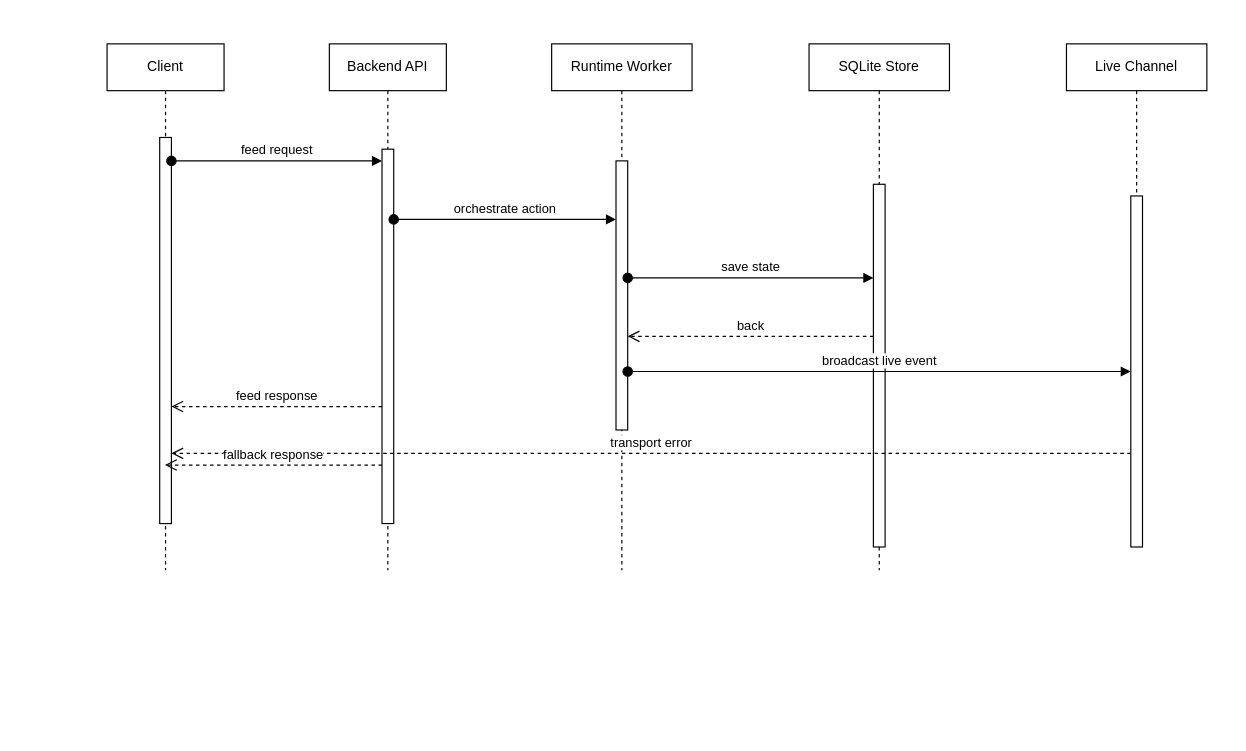
Salmen-BA21/Queue-Wait-Time-Estimation keeps this draw.io diagram as report-latex/figures/drawio/chapter4_sequence.drawio. Above is the earlier version. Source tidied: cells renumbered, new cells numbered last; positions are measured from the earlier drawing's top-left corner, leaving out a move shared by most shapes. Both pictures are drawn from the tidied source at 117%, with x=0, y=0 at pixel (106, 43).
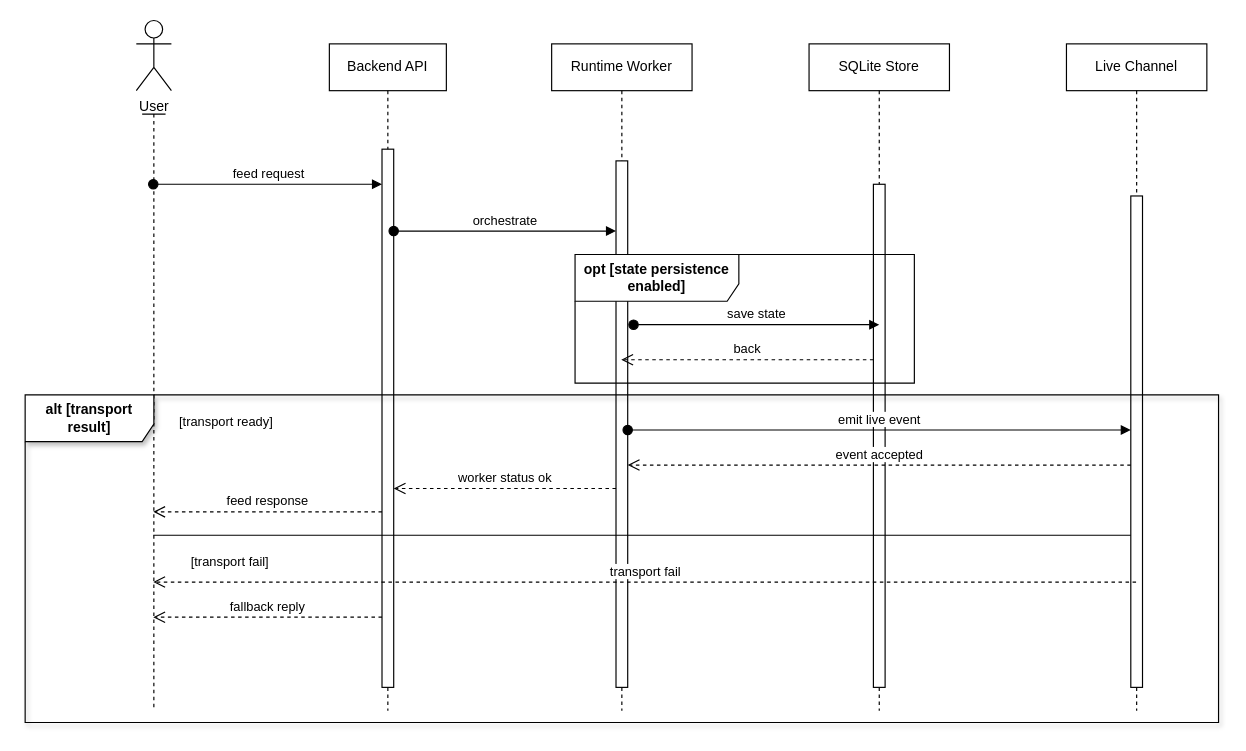
The same diagram, later.

Diff of the diagram source:
```diff
@@
-    <mxCell id="2" value="Client" style="shape=umlLifeline;perimeter=lifelinePerimeter;whiteSpace=wrap;html=1;outlineConnect=0;portConstraint=eastwest;newEdgeStyle={&quot;edgeStyle&quot;:&quot;elbowEdgeStyle&quot;,&quot;elbow&quot;:&quot;vertical&quot;,&quot;curved&quot;:0,&quot;rounded&quot;:0};" parent="1" vertex="1">
-      <mxGeometry width="100" height="450" as="geometry" />
-    </mxCell>
-    <mxCell id="3" style="html=1;points=[];perimeter=orthogonalPerimeter;outlineConnect=0;targetShapes=umlLifeline;portConstraint=eastwest;newEdgeStyle={&quot;edgeStyle&quot;:&quot;elbowEdgeStyle&quot;,&quot;elbow&quot;:&quot;vertical&quot;,&quot;curved&quot;:0,&quot;rounded&quot;:0};" parent="2" vertex="1">
-      <mxGeometry x="45" y="80" width="10" height="330" as="geometry" />
-    </mxCell>
     <mxCell id="4" value="Backend API" style="shape=umlLifeline;perimeter=lifelinePerimeter;whiteSpace=wrap;html=1;newEdgeStyle={&quot;edgeStyle&quot;:&quot;elbowEdgeStyle&quot;,&quot;elbow&quot;:&quot;vertical&quot;,&quot;curved&quot;:0,&quot;rounded&quot;:0};" parent="1" vertex="1">
-      <mxGeometry x="190" width="100" height="450" as="geometry" />
+      <mxGeometry x="190" width="100" height="570" as="geometry" />
     </mxCell>
     <mxCell id="5" style="html=1;points=[];perimeter=orthogonalPerimeter;outlineConnect=0;targetShapes=umlLifeline;portConstraint=eastwest;newEdgeStyle={&quot;edgeStyle&quot;:&quot;elbowEdgeStyle&quot;,&quot;elbow&quot;:&quot;vertical&quot;,&quot;curved&quot;:0,&quot;rounded&quot;:0};" parent="4" vertex="1">
-      <mxGeometry x="45" y="90" width="10" height="320" as="geometry" />
+      <mxGeometry x="45" y="90" width="10" height="460" as="geometry" />
     </mxCell>
     <mxCell id="6" value="Runtime Worker" style="shape=umlLifeline;perimeter=lifelinePerimeter;whiteSpace=wrap;html=1;outlineConnect=0;portConstraint=eastwest;newEdgeStyle={&quot;edgeStyle&quot;:&quot;elbowEdgeStyle&quot;,&quot;elbow&quot;:&quot;vertical&quot;,&quot;curved&quot;:0,&quot;rounded&quot;:0};" parent="1" vertex="1">
-      <mxGeometry x="380" width="120" height="450" as="geometry" />
+      <mxGeometry x="380" width="120" height="570" as="geometry" />
     </mxCell>
     <mxCell id="7" style="html=1;points=[];perimeter=orthogonalPerimeter;outlineConnect=0;targetShapes=umlLifeline;portConstraint=eastwest;newEdgeStyle={&quot;edgeStyle&quot;:&quot;elbowEdgeStyle&quot;,&quot;elbow&quot;:&quot;vertical&quot;,&quot;curved&quot;:0,&quot;rounded&quot;:0};" parent="6" vertex="1">
-      <mxGeometry x="55" y="100" width="10" height="230" as="geometry" />
+      <mxGeometry x="55" y="100" width="10" height="450" as="geometry" />
     </mxCell>
     <mxCell id="8" value="SQLite Store" style="shape=umlLifeline;perimeter=lifelinePerimeter;whiteSpace=wrap;html=1;newEdgeStyle={&quot;edgeStyle&quot;:&quot;elbowEdgeStyle&quot;,&quot;elbow&quot;:&quot;vertical&quot;,&quot;curved&quot;:0,&quot;rounded&quot;:0};" parent="1" vertex="1">
-      <mxGeometry x="600" width="120" height="450" as="geometry" />
+      <mxGeometry x="600" width="120" height="570" as="geometry" />
     </mxCell>
     <mxCell id="9" style="html=1;points=[];perimeter=orthogonalPerimeter;outlineConnect=0;targetShapes=umlLifeline;portConstraint=eastwest;newEdgeStyle={&quot;edgeStyle&quot;:&quot;elbowEdgeStyle&quot;,&quot;elbow&quot;:&quot;vertical&quot;,&quot;curved&quot;:0,&quot;rounded&quot;:0};" parent="8" vertex="1">
-      <mxGeometry x="55" y="120" width="10" height="310" as="geometry" />
+      <mxGeometry x="55" y="120" width="10" height="430" as="geometry" />
     </mxCell>
     <mxCell id="10" value="Live Channel" style="shape=umlLifeline;perimeter=lifelinePerimeter;whiteSpace=wrap;html=1;outlineConnect=0;portConstraint=eastwest;newEdgeStyle={&quot;edgeStyle&quot;:&quot;elbowEdgeStyle&quot;,&quot;elbow&quot;:&quot;vertical&quot;,&quot;curved&quot;:0,&quot;rounded&quot;:0};" parent="1" vertex="1">
-      <mxGeometry x="820" width="120" height="430" as="geometry" />
+      <mxGeometry x="820" width="120" height="570" as="geometry" />
     </mxCell>
     <mxCell id="11" style="html=1;points=[];perimeter=orthogonalPerimeter;outlineConnect=0;targetShapes=umlLifeline;portConstraint=eastwest;newEdgeStyle={&quot;edgeStyle&quot;:&quot;elbowEdgeStyle&quot;,&quot;elbow&quot;:&quot;vertical&quot;,&quot;curved&quot;:0,&quot;rounded&quot;:0};" parent="10" vertex="1">
-      <mxGeometry x="55" y="130" width="10" height="300" as="geometry" />
+      <mxGeometry x="55" y="130" width="10" height="420" as="geometry" />
     </mxCell>
-    <mxCell id="12" value="feed request" style="html=1;verticalAlign=bottom;startArrow=oval;endArrow=block;startSize=8;edgeStyle=elbowEdgeStyle;elbow=vertical;curved=0;rounded=0;" parent="1" edge="1" source="3" target="5">
+    <mxCell id="12" value="feed request" style="html=1;verticalAlign=bottom;startArrow=oval;endArrow=block;startSize=8;edgeStyle=elbowEdgeStyle;elbow=vertical;curved=0;rounded=0;" parent="1" edge="1" source="26" target="5">
       <mxGeometry relative="1" as="geometry">
         <Array as="points">
-          <mxPoint x="130" y="100" />
+          <mxPoint x="160" y="120" />
         </Array>
       </mxGeometry>
     </mxCell>
-    <mxCell id="13" value="orchestrate action" style="html=1;verticalAlign=bottom;startArrow=oval;endArrow=block;startSize=8;edgeStyle=elbowEdgeStyle;elbow=vertical;curved=0;rounded=0;" parent="1" edge="1" source="5" target="7">
+    <mxCell id="13" value="orchestrate" style="html=1;verticalAlign=bottom;startArrow=oval;endArrow=block;startSize=8;edgeStyle=elbowEdgeStyle;elbow=vertical;curved=0;rounded=0;" parent="1" edge="1" source="5" target="7">
       <mxGeometry relative="1" as="geometry">
         <Array as="points">
-          <mxPoint x="340" y="150" />
+          <mxPoint x="340" y="160" />
         </Array>
       </mxGeometry>
     </mxCell>
-    <mxCell id="14" value="save state" style="html=1;verticalAlign=bottom;startArrow=oval;endArrow=block;startSize=8;edgeStyle=elbowEdgeStyle;elbow=vertical;curved=0;rounded=0;" parent="1" edge="1" source="7" target="9">
+    <mxCell id="14" value="save state" style="html=1;verticalAlign=bottom;startArrow=oval;endArrow=block;startSize=8;edgeStyle=elbowEdgeStyle;elbow=vertical;curved=0;rounded=0;" parent="1" edge="1">
       <mxGeometry relative="1" as="geometry">
-        <Array as="points">
-          <mxPoint x="560" y="200" />
-        </Array>
+        <mxPoint x="450" y="240" as="sourcePoint" />
+        <mxPoint x="660" y="240" as="targetPoint" />
       </mxGeometry>
     </mxCell>
-    <mxCell id="15" value="back" style="html=1;verticalAlign=bottom;endArrow=open;dashed=1;endSize=8;edgeStyle=elbowEdgeStyle;elbow=vertical;curved=0;rounded=0;" parent="1" edge="1" source="9" target="7">
+    <mxCell id="15" value="back" style="html=1;verticalAlign=bottom;endArrow=open;dashed=1;endSize=8;edgeStyle=elbowEdgeStyle;elbow=vertical;curved=0;rounded=0;" parent="1" edge="1" source="9" target="6">
       <mxGeometry relative="1" as="geometry">
         <Array as="points">
-          <mxPoint x="560" y="250" />
+          <mxPoint x="590" y="270" />
         </Array>
       </mxGeometry>
     </mxCell>
-    <mxCell id="16" value="broadcast live event" style="html=1;verticalAlign=bottom;startArrow=oval;endArrow=block;startSize=8;edgeStyle=elbowEdgeStyle;elbow=vertical;curved=0;rounded=0;" parent="1" edge="1" source="7" target="11">
+    <mxCell id="16" value="emit live event" style="html=1;verticalAlign=bottom;startArrow=oval;endArrow=block;startSize=8;edgeStyle=elbowEdgeStyle;elbow=vertical;curved=0;rounded=0;" parent="1" edge="1" source="7" target="11">
       <mxGeometry relative="1" as="geometry">
         <Array as="points">
-          <mxPoint x="740" y="280" />
+          <mxPoint x="580" y="330" />
         </Array>
       </mxGeometry>
     </mxCell>
-    <mxCell id="17" value="feed response" style="html=1;verticalAlign=bottom;endArrow=open;dashed=1;endSize=8;edgeStyle=elbowEdgeStyle;elbow=vertical;curved=0;rounded=0;" parent="1" edge="1" source="5" target="3">
+    <mxCell id="17" value="feed response" style="html=1;verticalAlign=bottom;endArrow=open;dashed=1;endSize=8;edgeStyle=elbowEdgeStyle;elbow=vertical;curved=0;rounded=0;" parent="1" edge="1" source="5" target="26">
       <mxGeometry relative="1" as="geometry">
         <Array as="points">
-          <mxPoint x="140" y="310" />
+          <mxPoint x="200" y="400" />
+          <mxPoint x="190" y="390" />
+          <mxPoint x="150" y="370" />
+          <mxPoint x="140" y="330" />
         </Array>
       </mxGeometry>
     </mxCell>
-    <mxCell id="18" value="transport error" style="html=1;verticalAlign=bottom;endArrow=open;dashed=1;endSize=8;edgeStyle=elbowEdgeStyle;elbow=vertical;curved=0;rounded=0;" parent="1" edge="1" source="11" target="3">
+    <mxCell id="18" value="transport fail" style="html=1;verticalAlign=bottom;endArrow=open;dashed=1;endSize=8;edgeStyle=elbowEdgeStyle;elbow=vertical;curved=0;rounded=0;" parent="1" edge="1" source="10" target="26">
       <mxGeometry relative="1" as="geometry">
         <Array as="points">
-          <mxPoint x="740" y="350" />
+          <mxPoint x="525" y="460" />
         </Array>
       </mxGeometry>
     </mxCell>
-    <mxCell id="19" value="fallback response" style="html=1;verticalAlign=bottom;endArrow=open;dashed=1;endSize=8;edgeStyle=elbowEdgeStyle;elbow=vertical;curved=0;rounded=0;" parent="1" edge="1" source="5" target="2">
+    <mxCell id="19" value="fallback reply" style="html=1;verticalAlign=bottom;endArrow=open;dashed=1;endSize=8;edgeStyle=elbowEdgeStyle;elbow=vertical;curved=0;rounded=0;" parent="1" edge="1" source="5" target="26">
       <mxGeometry relative="1" as="geometry">
         <Array as="points">
-          <mxPoint x="150" y="360" />
+          <mxPoint x="170" y="490" />
         </Array>
       </mxGeometry>
     </mxCell>
+    <mxCell id="20" value="[transport ready]" style="text;html=1;strokeColor=none;fillColor=none;align=left;verticalAlign=top;whiteSpace=wrap;rounded=0;fontSize=11;" parent="1" vertex="1">
+      <mxGeometry x="60" y="310" width="220" height="20" as="geometry" />
+    </mxCell>
+    <mxCell id="21" value="[transport fail]" style="text;html=1;strokeColor=none;fillColor=none;align=left;verticalAlign=top;whiteSpace=wrap;rounded=0;fontSize=11;" parent="1" vertex="1">
+      <mxGeometry x="70" y="430" width="220" height="20" as="geometry" />
+    </mxCell>
+    <mxCell id="22" value="&lt;span&gt;opt [state persistence enabled]&lt;/span&gt;" style="shape=umlFrame;whiteSpace=wrap;html=1;fontStyle=1;width=140;height=40;" parent="1" vertex="1">
+      <mxGeometry x="400" y="180" width="290" height="110" as="geometry" />
+    </mxCell>
+    <mxCell id="23" value="event accepted" style="html=1;verticalAlign=bottom;endArrow=open;dashed=1;endSize=8;edgeStyle=elbowEdgeStyle;elbow=vertical;curved=0;rounded=0;" parent="1" edge="1" source="11" target="7">
+      <mxGeometry relative="1" as="geometry">
+        <Array as="points">
+          <mxPoint x="860" y="360" />
+        </Array>
+      </mxGeometry>
+    </mxCell>
+    <mxCell id="24" value="worker status ok" style="html=1;verticalAlign=bottom;endArrow=open;dashed=1;endSize=8;edgeStyle=elbowEdgeStyle;elbow=vertical;curved=0;rounded=0;" parent="1" edge="1" source="7" target="5">
+      <mxGeometry relative="1" as="geometry">
+        <Array as="points">
+          <mxPoint x="385" y="380" />
+          <mxPoint x="345" y="360" />
+          <mxPoint x="335" y="320" />
+        </Array>
+      </mxGeometry>
+    </mxCell>
+    <mxCell id="25" style="endArrow=none;html=1;" parent="1" edge="1" source="26" target="11">
+      <mxGeometry relative="1" as="geometry">
+        <Array as="points">
+          <mxPoint x="470" y="420" />
+        </Array>
+      </mxGeometry>
+    </mxCell>
+    <mxCell id="26" style="shape=umlLifeline;perimeter=lifelinePerimeter;whiteSpace=wrap;html=1;outlineConnect=0;portConstraint=eastwest;newEdgeStyle={&quot;curved&quot;:0,&quot;rounded&quot;:0};participant=umlActor;size=0;" parent="1" vertex="1">
+      <mxGeometry x="30" y="60" width="20" height="510" as="geometry" />
+    </mxCell>
+    <mxCell id="27" value="User" style="shape=umlActor;html=1;verticalLabelPosition=bottom;verticalAlign=top;align=center;" parent="1" vertex="1">
+      <mxGeometry x="25" y="-20" width="30" height="60" as="geometry" />
+    </mxCell>
+    <mxCell id="28" value="alt [transport result]" style="shape=umlFrame;whiteSpace=wrap;html=1;fontStyle=1;width=110;height=40;shadow=1;" parent="1" vertex="1">
+      <mxGeometry x="-70" y="300" width="1020" height="280" as="geometry" />
+    </mxCell>
```
